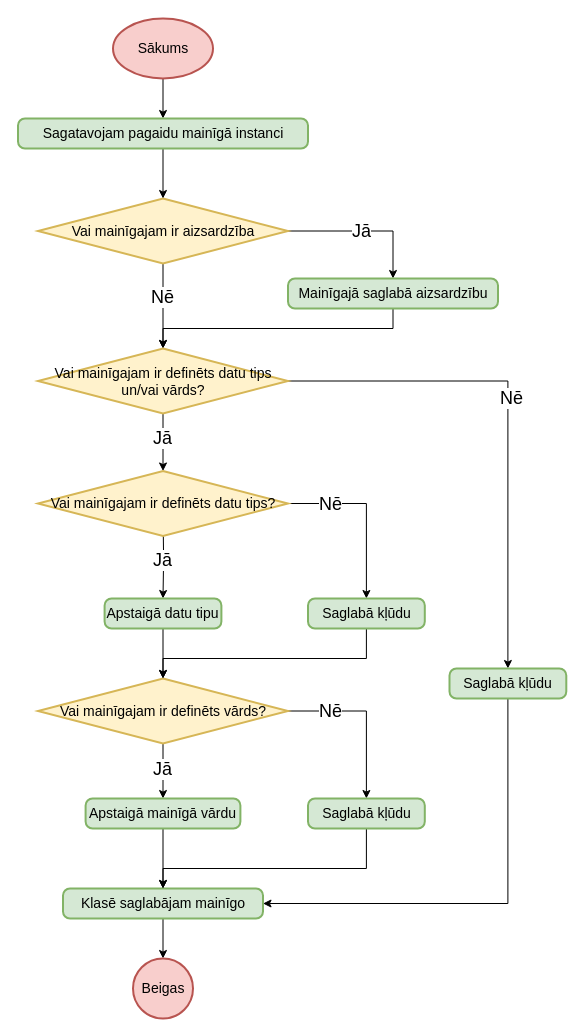
Before: page "Mainīgā kompilēšana" (1 of 6) of src/Kvalifikacijas darbs/Diagrammas/Kompilators/Metodes.drawio in artiks12/webAppOS, a draw.io diagram. Source tidied: cells renumbered, new cells numbered last; positions are measured from the earlier drawing's top-left corner, leaving out a move shared by most shapes. Both pictures are drawn from the tidied source at 100%, with x=0, y=0 at pixel (18, 18).
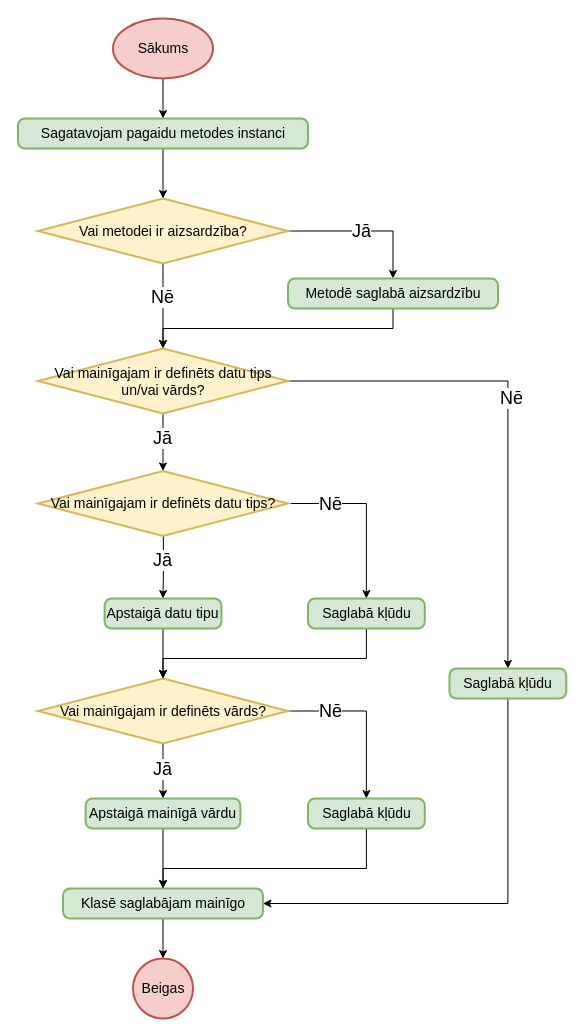
After the change.

Diff of the diagram source:
```diff
@@
-    <mxCell id="8" value="Vai mainīgajam ir aizsardzība" style="strokeWidth=2;html=1;shape=mxgraph.flowchart.decision;whiteSpace=wrap;fontSize=14;fillColor=#fff2cc;strokeColor=#d6b656;" parent="1" vertex="1">
+    <mxCell id="8" value="Vai metodei ir aizsardzība?" style="strokeWidth=2;html=1;shape=mxgraph.flowchart.decision;whiteSpace=wrap;fontSize=14;fillColor=#fff2cc;strokeColor=#d6b656;" parent="1" vertex="1">
       <mxGeometry x="19.5" y="180" width="250" height="65" as="geometry" />
     </mxCell>
@@
-    <mxCell id="10" value="Sagatavojam pagaidu mainīgā instanci" style="rounded=1;whiteSpace=wrap;html=1;absoluteArcSize=1;arcSize=14;strokeWidth=2;fontSize=14;fillColor=#d5e8d4;strokeColor=#82b366;" parent="1" vertex="1">
+    <mxCell id="10" value="Sagatavojam pagaidu metodes instanci" style="rounded=1;whiteSpace=wrap;html=1;absoluteArcSize=1;arcSize=14;strokeWidth=2;fontSize=14;fillColor=#d5e8d4;strokeColor=#82b366;" parent="1" vertex="1">
       <mxGeometry x="-0.5" y="100" width="290" height="30" as="geometry" />
     </mxCell>
@@
-    <mxCell id="12" value="Mainīgajā saglabā aizsardzību" style="rounded=1;whiteSpace=wrap;html=1;absoluteArcSize=1;arcSize=14;strokeWidth=2;fontSize=14;fillColor=#d5e8d4;strokeColor=#82b366;" parent="1" vertex="1">
+    <mxCell id="12" value="Metodē saglabā aizsardzību" style="rounded=1;whiteSpace=wrap;html=1;absoluteArcSize=1;arcSize=14;strokeWidth=2;fontSize=14;fillColor=#d5e8d4;strokeColor=#82b366;" parent="1" vertex="1">
       <mxGeometry x="269.5" y="260" width="210" height="30" as="geometry" />
     </mxCell>
```
